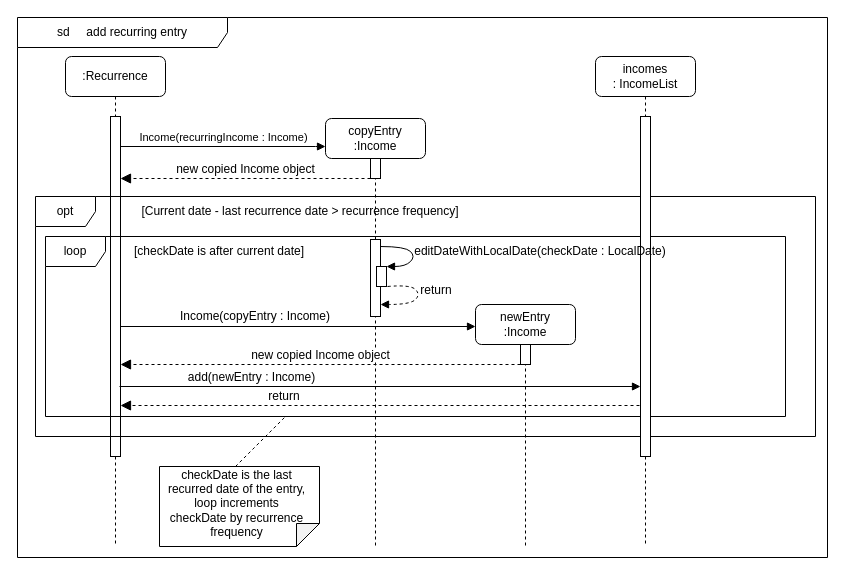
Above: docs/Diagrams/addRecurrenceEntry.drawio in wongwh2002/CS2113TeamProject (draw.io), before the change. Source tidied: cells renumbered, new cells numbered last; positions are measured from the earlier drawing's top-left corner, leaving out a move shared by most shapes. Both pictures are drawn from the tidied source at 100%, with x=0, y=0 at pixel (17, 17).
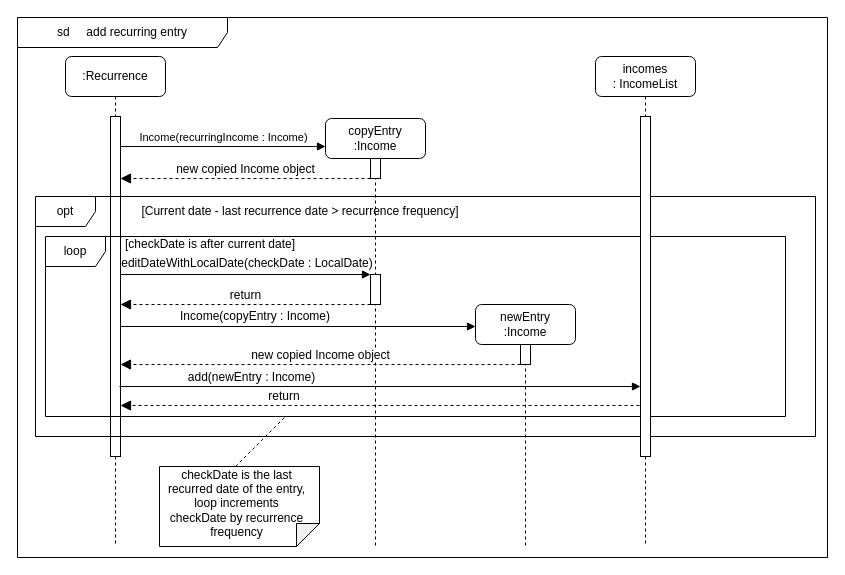
Above is the later version.

Commit message (it also covers changes not shown here):
Modify addRecurrenceEntry diagram

The change refers to these unchanged cells:
```xml
<mxCell id="3" style="html=1;points=[];perimeter=orthogonalPerimeter;outlineConnect=0;targetShapes=umlLifeline;portConstraint=eastwest;newEdgeStyle={&quot;edgeStyle&quot;:&quot;elbowEdgeStyle&quot;,&quot;elbow&quot;:&quot;vertical&quot;,&quot;curved&quot;:0,&quot;rounded&quot;:0};" parent="2" vertex="1">
  <mxGeometry x="45" y="60" width="10" height="340" as="geometry" />
</mxCell>
```

Change to the diagram source:
```diff
@@
     <mxCell id="11" value="[checkDate is after current date]" style="text;html=1;align=center;verticalAlign=middle;whiteSpace=wrap;rounded=0;" parent="1" vertex="1">
-      <mxGeometry x="97" y="219" width="210" height="30" as="geometry" />
+      <mxGeometry x="88" y="212" width="210" height="30" as="geometry" />
     </mxCell>
@@
     <mxCell id="17" style="html=1;points=[];perimeter=orthogonalPerimeter;outlineConnect=0;targetShapes=umlLifeline;portConstraint=eastwest;newEdgeStyle={&quot;edgeStyle&quot;:&quot;elbowEdgeStyle&quot;,&quot;elbow&quot;:&quot;vertical&quot;,&quot;curved&quot;:0,&quot;rounded&quot;:0};" parent="1" vertex="1">
-      <mxGeometry x="353" y="222" width="10" height="77" as="geometry" />
+      <mxGeometry x="353" y="257" width="10" height="30" as="geometry" />
     </mxCell>
-    <mxCell id="18" style="html=1;points=[];perimeter=orthogonalPerimeter;outlineConnect=0;targetShapes=umlLifeline;portConstraint=eastwest;newEdgeStyle={&quot;edgeStyle&quot;:&quot;elbowEdgeStyle&quot;,&quot;elbow&quot;:&quot;vertical&quot;,&quot;curved&quot;:0,&quot;rounded&quot;:0};" parent="1" vertex="1">
-      <mxGeometry x="359" y="249" width="10" height="20" as="geometry" />
-    </mxCell>
-    <mxCell id="19" style="curved=1;endArrow=block;html=1;rounded=0;endFill=1;" parent="1" edge="1" source="17" target="18">
-      <mxGeometry relative="1" as="geometry">
-        <Array as="points">
-          <mxPoint x="388" y="229" />
-          <mxPoint x="398" y="239" />
-          <mxPoint x="388" y="249" />
-        </Array>
-      </mxGeometry>
-    </mxCell>
-    <mxCell id="20" style="curved=1;endArrow=block;html=1;rounded=0;exitX=1.155;exitY=0.335;exitDx=0;exitDy=0;exitPerimeter=0;dashed=1;endFill=1;" parent="1" edge="1" target="17">
-      <mxGeometry relative="1" as="geometry">
-        <mxPoint x="370" y="269" as="sourcePoint" />
-        <Array as="points">
-          <mxPoint x="393" y="267" />
-          <mxPoint x="403" y="277" />
-          <mxPoint x="393" y="287" />
-        </Array>
-      </mxGeometry>
-    </mxCell>
-    <mxCell id="21" value="return" style="text;html=1;align=center;verticalAlign=middle;whiteSpace=wrap;rounded=0;" parent="1" vertex="1">
-      <mxGeometry x="389" y="258" width="60" height="30" as="geometry" />
-    </mxCell>
@@
     <mxCell id="31" value="editDateWithLocalDate(checkDate : LocalDate)" style="text;html=1;align=center;verticalAlign=middle;whiteSpace=wrap;rounded=0;" parent="1" vertex="1">
-      <mxGeometry x="388" y="219" width="270" height="30" as="geometry" />
+      <mxGeometry x="94.5" y="231" width="270" height="30" as="geometry" />
     </mxCell>
@@
+    <mxCell id="33" style="endArrow=block;html=1;rounded=0;endFill=1;" parent="1" edge="1" source="3">
+      <mxGeometry relative="1" as="geometry">
+        <mxPoint x="353" y="257" as="targetPoint" />
+      </mxGeometry>
+    </mxCell>
+    <mxCell id="21" value="&lt;font style=&quot;font-size: 12px;&quot;&gt;return&lt;/font&gt;" style="html=1;verticalAlign=bottom;endArrow=block;dashed=1;endSize=8;edgeStyle=elbowEdgeStyle;elbow=vertical;curved=0;rounded=0;endFill=1;" parent="1" edge="1">
+      <mxGeometry relative="1" as="geometry">
+        <mxPoint x="353" y="287" as="sourcePoint" />
+        <mxPoint x="103" y="287" as="targetPoint" />
+        <Array as="points">
+          <mxPoint x="198" y="287" />
+        </Array>
+      </mxGeometry>
+    </mxCell>
```
